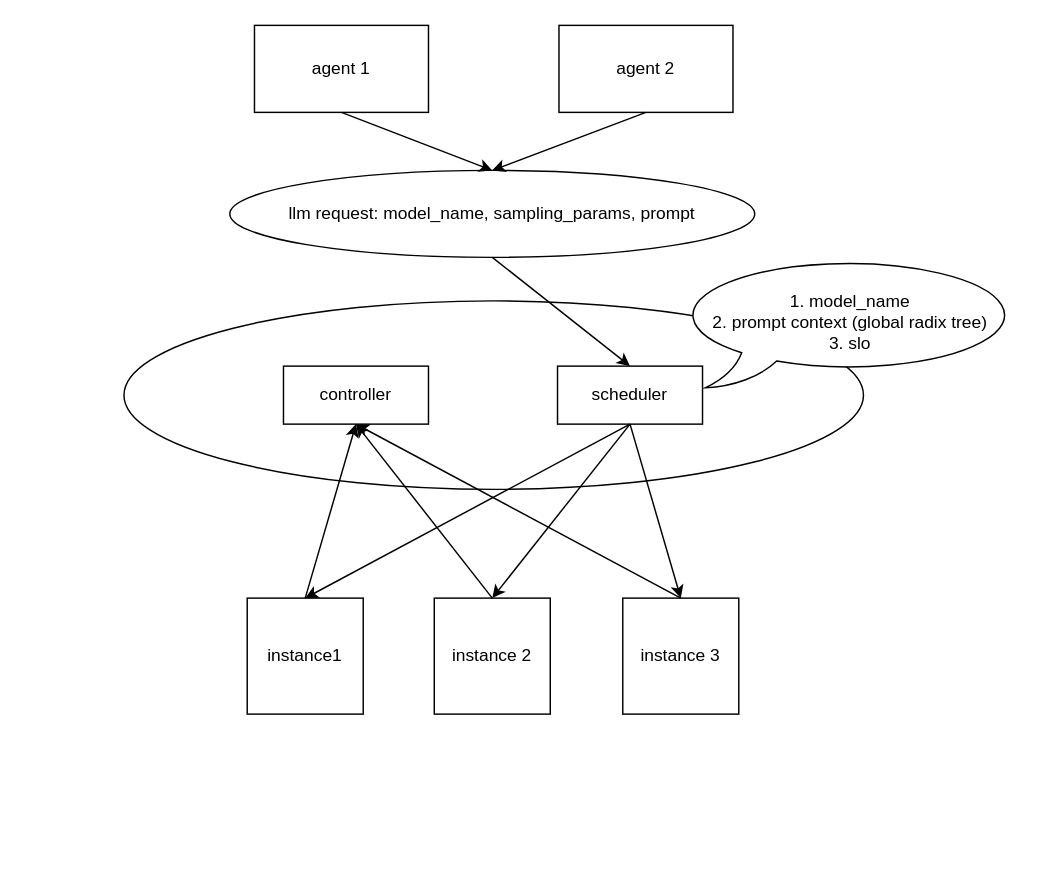
Earlier version of the draw.io diagram agent.drawio (Extious/UML). Source tidied: cells renumbered, new cells numbered last; positions are measured from the earlier drawing's top-left corner, leaving out a move shared by most shapes. Both pictures are drawn from the tidied source at 145%, with x=0, y=0 at pixel (123, 25).
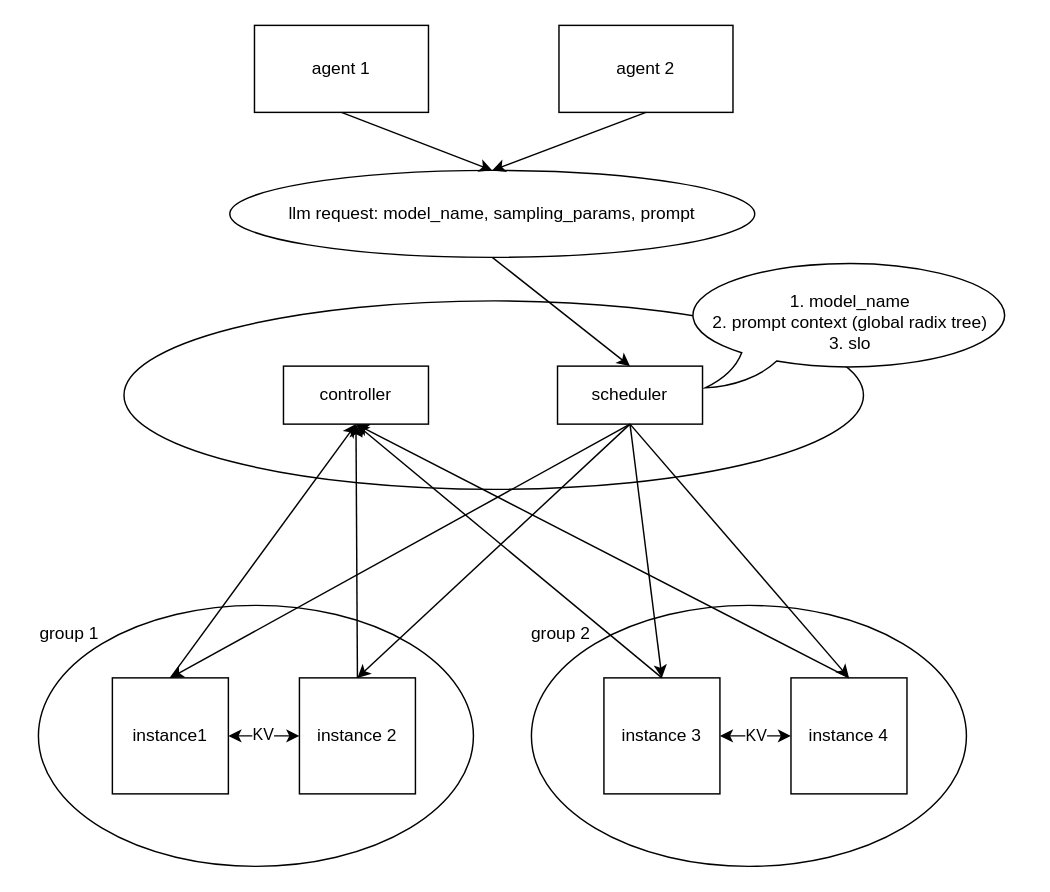
The same page after the edit.

Unchanged cells that the change refers to:
```xml
<mxCell id="5" value="controller" style="rounded=0;whiteSpace=wrap;html=1;" parent="1" vertex="1">
  <mxGeometry x="110" y="235" width="100" height="40" as="geometry" />
</mxCell>
<mxCell id="6" value="scheduler" style="rounded=0;whiteSpace=wrap;html=1;" parent="1" vertex="1">
  <mxGeometry x="299" y="235" width="100" height="40" as="geometry" />
</mxCell>
```

Diff of the diagram source:
```diff
@@
+    <mxCell id="21" style="ellipse;whiteSpace=wrap;html=1;" parent="1" vertex="1">
+      <mxGeometry x="281" y="400" width="300" height="180" as="geometry" />
+    </mxCell>
+    <mxCell id="22" style="ellipse;whiteSpace=wrap;html=1;" parent="1" vertex="1">
+      <mxGeometry x="-59" y="400" width="300" height="180" as="geometry" />
+    </mxCell>
@@
     <mxCell id="7" value="instance1" style="whiteSpace=wrap;html=1;" parent="1" vertex="1">
-      <mxGeometry x="85" y="395" width="80" height="80" as="geometry" />
+      <mxGeometry x="-8" y="450" width="80" height="80" as="geometry" />
     </mxCell>
     <mxCell id="8" value="instance 2" style="whiteSpace=wrap;html=1;" parent="1" vertex="1">
-      <mxGeometry x="214" y="395" width="80" height="80" as="geometry" />
+      <mxGeometry x="121" y="450" width="80" height="80" as="geometry" />
     </mxCell>
     <mxCell id="9" value="instance 3" style="whiteSpace=wrap;html=1;" parent="1" vertex="1">
-      <mxGeometry x="344" y="395" width="80" height="80" as="geometry" />
+      <mxGeometry x="331" y="450" width="80" height="80" as="geometry" />
     </mxCell>
@@
+    <mxCell id="23" value="instance 4" style="whiteSpace=wrap;html=1;" parent="1" vertex="1">
+      <mxGeometry x="460" y="450" width="80" height="80" as="geometry" />
+    </mxCell>
+    <mxCell id="24" style="endArrow=classic;html=1;rounded=0;entryX=0.5;entryY=0;entryDx=0;entryDy=0;exitX=0.5;exitY=1;exitDx=0;exitDy=0;" parent="1" edge="1" source="6" target="23">
+      <mxGeometry relative="1" as="geometry" />
+    </mxCell>
+    <mxCell id="25" style="endArrow=classic;html=1;rounded=0;entryX=0.5;entryY=1;entryDx=0;entryDy=0;exitX=0.5;exitY=0;exitDx=0;exitDy=0;" parent="1" edge="1" source="23" target="5">
+      <mxGeometry relative="1" as="geometry" />
+    </mxCell>
+    <mxCell id="26" style="endArrow=classic;startArrow=classic;html=1;rounded=0;exitX=1;exitY=0.5;exitDx=0;exitDy=0;entryX=0;entryY=0.5;entryDx=0;entryDy=0;" parent="1" edge="1" source="7" target="8">
+      <mxGeometry relative="1" as="geometry" />
+    </mxCell>
+    <mxCell id="27" value="KV" style="edgeLabel;html=1;align=center;verticalAlign=middle;" parent="26" vertex="1">
+      <mxGeometry x="-0.07" y="2" relative="1" as="geometry" />
+    </mxCell>
+    <mxCell id="28" style="endArrow=classic;startArrow=classic;html=1;rounded=0;entryX=0;entryY=0.5;entryDx=0;entryDy=0;exitX=1;exitY=0.5;exitDx=0;exitDy=0;" parent="1" edge="1" source="9" target="23">
+      <mxGeometry relative="1" as="geometry" />
+    </mxCell>
+    <mxCell id="29" value="KV" style="edgeLabel;html=1;align=center;verticalAlign=middle;" parent="28" vertex="1">
+      <mxGeometry x="-0.03" y="1" relative="1" as="geometry" />
+    </mxCell>
+    <mxCell id="30" value="group 1" style="text;html=1;align=center;verticalAlign=middle;strokeColor=none;fillColor=none;" parent="1" vertex="1">
+      <mxGeometry x="-68" y="405" width="60" height="30" as="geometry" />
+    </mxCell>
+    <mxCell id="31" value="group 2" style="text;html=1;align=center;verticalAlign=middle;strokeColor=none;fillColor=none;" parent="1" vertex="1">
+      <mxGeometry x="271" y="405" width="60" height="30" as="geometry" />
+    </mxCell>
```
